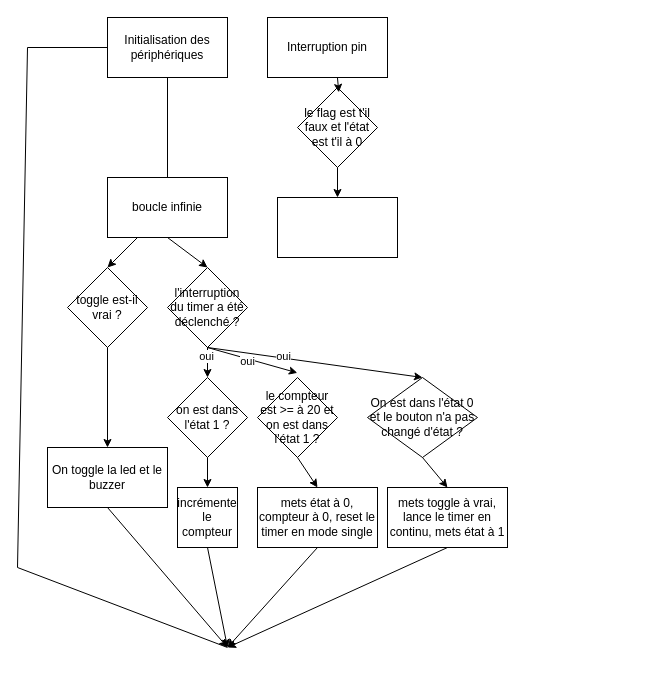
monsieur7/SNCF_DIVIA keeps this draw.io diagram as Diagramme sans nom.drawio. Above is the earlier version. Source tidied: cells renumbered, new cells numbered last; positions are measured from the earlier drawing's top-left corner, leaving out a move shared by most shapes. Both pictures are drawn from the tidied source at 100%, with x=0, y=0 at pixel (17, 17).
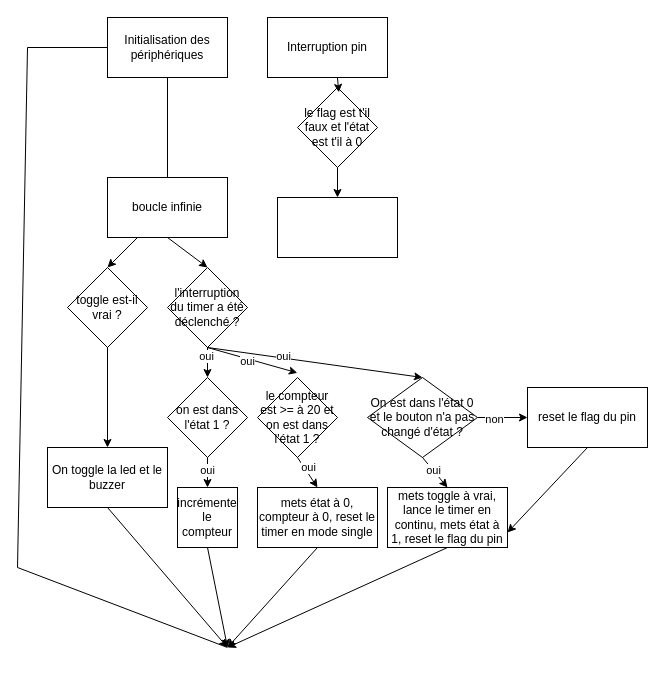
Above is the later version.

Commit message (it also covers changes not shown here):
Mettre à jour Diagramme sans nom.drawio

Unchanged cells that the change refers to:
```xml
<mxCell id="9" value="On est dans l'état 0 et le bouton n'a pas changé d'état ?" style="rhombus;whiteSpace=wrap;html=1;" parent="1" vertex="1">
  <mxGeometry x="350" y="360" width="110" height="80" as="geometry" />
</mxCell>
<mxCell id="20" style="endArrow=classic;html=1;rounded=0;exitX=0.5;exitY=1;exitDx=0;exitDy=0;entryX=0.5;entryY=0;entryDx=0;entryDy=0;" parent="1" edge="1" source="7" target="18">
  <mxGeometry relative="1" as="geometry" />
</mxCell>
<mxCell id="22" style="endArrow=classic;html=1;rounded=0;exitX=0.5;exitY=1;exitDx=0;exitDy=0;entryX=0.5;entryY=0;entryDx=0;entryDy=0;" parent="1" edge="1" source="8" target="19">
  <mxGeometry relative="1" as="geometry" />
</mxCell>
<mxCell id="23" style="endArrow=classic;html=1;rounded=0;exitX=0.5;exitY=1;exitDx=0;exitDy=0;entryX=0.5;entryY=0;entryDx=0;entryDy=0;" parent="1" edge="1" source="9" target="21">
  <mxGeometry relative="1" as="geometry" />
</mxCell>
```

The edit, as a diff of the source:
```diff
@@
+    <mxCell id="38" value="oui" style="edgeLabel;html=1;align=center;verticalAlign=middle;" parent="20" vertex="1">
+      <mxGeometry x="-0.2" y="-1" relative="1" as="geometry" />
+    </mxCell>
-    <mxCell id="21" value="mets toggle à vrai, lance le timer en continu, mets état à 1" style="rounded=0;whiteSpace=wrap;html=1;" parent="1" vertex="1">
+    <mxCell id="21" value="mets toggle à vrai, lance le timer en continu, mets état à 1, reset le flag du pin" style="rounded=0;whiteSpace=wrap;html=1;" parent="1" vertex="1">
       <mxGeometry x="370" y="470" width="120" height="60" as="geometry" />
     </mxCell>
@@
+    <mxCell id="39" value="oui" style="edgeLabel;html=1;align=center;verticalAlign=middle;" parent="22" vertex="1">
+      <mxGeometry x="-0.23" y="3" relative="1" as="geometry" />
+    </mxCell>
@@
+    <mxCell id="40" value="oui" style="edgeLabel;html=1;align=center;verticalAlign=middle;" parent="23" vertex="1">
+      <mxGeometry x="-0.2" relative="1" as="geometry" />
+    </mxCell>
@@
+    <mxCell id="41" value="reset le flag du pin" style="rounded=0;whiteSpace=wrap;html=1;" parent="1" vertex="1">
+      <mxGeometry x="510" y="370" width="120" height="60" as="geometry" />
+    </mxCell>
+    <mxCell id="42" style="endArrow=classic;html=1;rounded=0;exitX=1;exitY=0.5;exitDx=0;exitDy=0;entryX=0;entryY=0.5;entryDx=0;entryDy=0;" parent="1" edge="1" source="9" target="41">
+      <mxGeometry relative="1" as="geometry" />
+    </mxCell>
+    <mxCell id="43" value="non" style="edgeLabel;html=1;align=center;verticalAlign=middle;" parent="42" vertex="1">
+      <mxGeometry x="-0.36" y="-1" relative="1" as="geometry" />
+    </mxCell>
+    <mxCell id="44" style="endArrow=classic;html=1;rounded=0;exitX=0.5;exitY=1;exitDx=0;exitDy=0;entryX=1;entryY=0.75;entryDx=0;entryDy=0;" parent="1" edge="1" source="41" target="21">
+      <mxGeometry relative="1" as="geometry" />
+    </mxCell>
```
